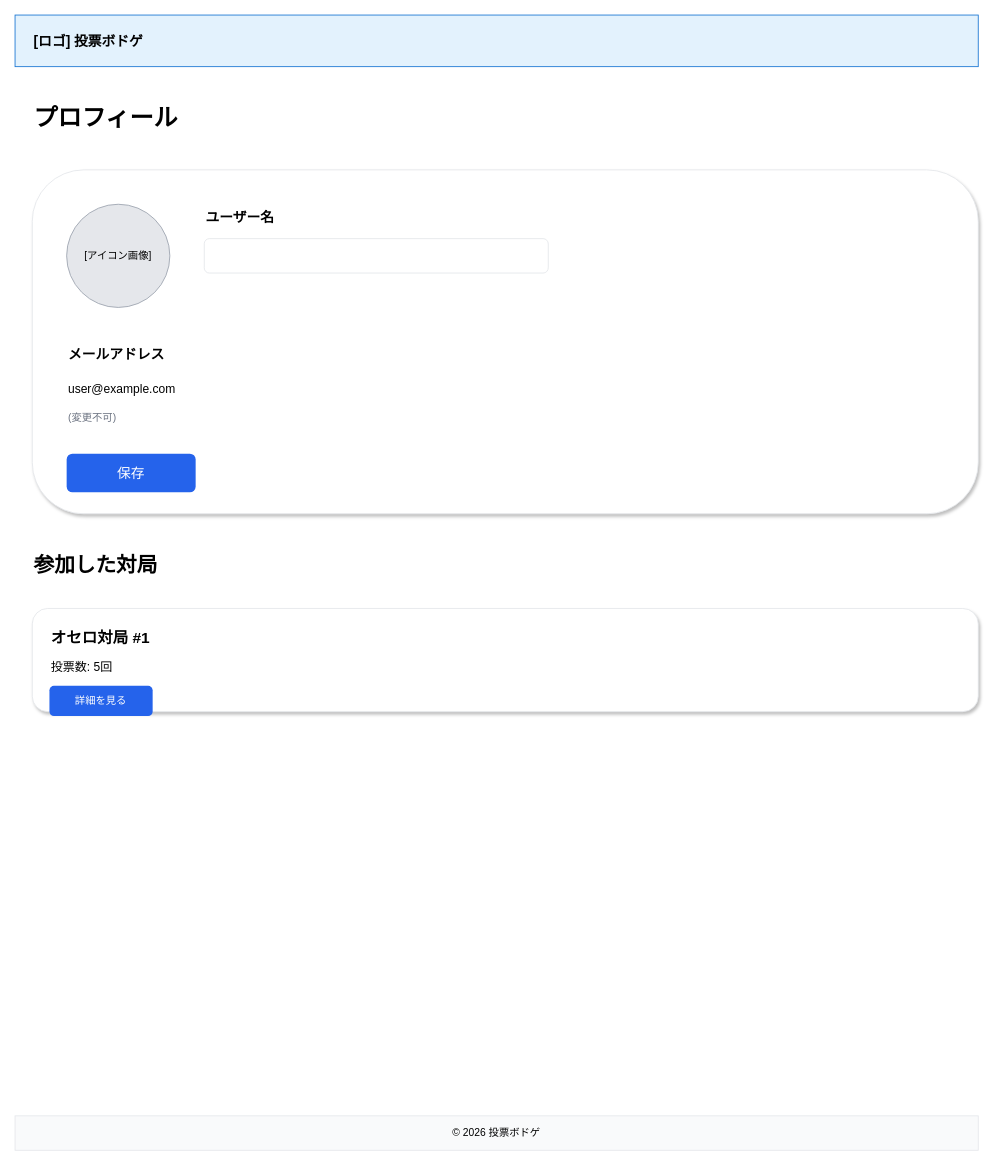
The draw.io diagram docs/wireframes/05-profile.drawio in satoshi256kbyte/vote-board-game, before the edit. Source tidied: cells renumbered, new cells numbered last; positions are measured from the earlier drawing's top-left corner, leaving out a move shared by most shapes. Both pictures are drawn from the tidied source at 86%, with x=0, y=0 at pixel (15, 15).
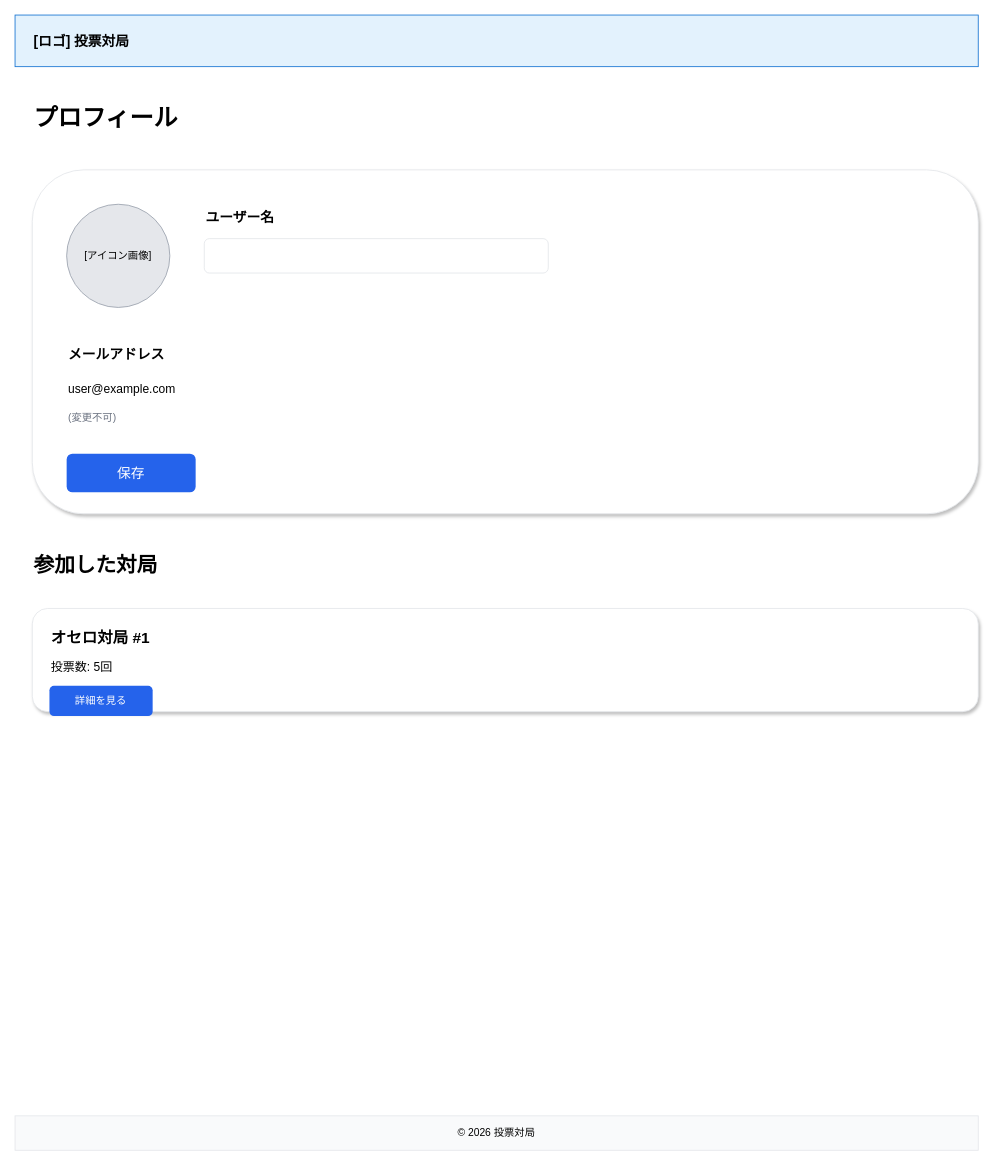
The same page after the edit.

Change to the diagram source:
```diff
@@
 <mxGraphModel>
   <root>
     <mxCell id="0" />
     <mxCell id="1" parent="0" />
     <mxCell id="2" style="rounded=0;whiteSpace=wrap;html=1;fillColor=#e3f2fd;strokeColor=#1976d2;" parent="1" vertex="1">
       <mxGeometry width="1120" height="60" as="geometry" />
     </mxCell>
-    <mxCell id="3" value="[ロゴ] 投票ボドゲ" style="text;html=1;strokeColor=none;fillColor=none;align=left;verticalAlign=middle;whiteSpace=wrap;rounded=0;fontSize=16;fontStyle=1;" parent="1" vertex="1">
+    <mxCell id="3" value="[ロゴ] 投票対局" style="text;html=1;strokeColor=none;fillColor=none;align=left;verticalAlign=middle;whiteSpace=wrap;rounded=0;fontSize=16;fontStyle=1;" parent="1" vertex="1">
       <mxGeometry x="20" y="15" width="200" height="30" as="geometry" />
     </mxCell>
     <mxCell id="4" value="プロフィール" style="text;html=1;strokeColor=none;fillColor=none;align=left;verticalAlign=middle;whiteSpace=wrap;rounded=0;fontSize=28;fontStyle=1;" parent="1" vertex="1">
       <mxGeometry x="20" y="100" width="400" height="40" as="geometry" />
     </mxCell>
     <mxCell id="5" style="rounded=1;whiteSpace=wrap;html=1;fillColor=#ffffff;strokeColor=#e5e7eb;shadow=1;align=left;verticalAlign=top;" parent="1" vertex="1">
       <mxGeometry x="20" y="180" width="1100" height="400" as="geometry" />
     </mxCell>
     <mxCell id="6" value="[アイコン画像]" style="ellipse;whiteSpace=wrap;html=1;fillColor=#e5e7eb;strokeColor=#9ca3af;" parent="1" vertex="1">
       <mxGeometry x="60" y="220" width="120" height="120" as="geometry" />
     </mxCell>
     <mxCell id="7" value="ユーザー名" style="text;html=1;strokeColor=none;fillColor=none;align=left;verticalAlign=middle;whiteSpace=wrap;rounded=0;fontSize=16;fontStyle=1;" parent="1" vertex="1">
       <mxGeometry x="220" y="220" width="860" height="30" as="geometry" />
     </mxCell>
     <mxCell id="8" style="rounded=1;whiteSpace=wrap;html=1;fillColor=#ffffff;strokeColor=#e5e7eb;" parent="1" vertex="1">
       <mxGeometry x="220" y="260" width="400" height="40" as="geometry" />
     </mxCell>
     <mxCell id="9" value="メールアドレス" style="text;html=1;strokeColor=none;fillColor=none;align=left;verticalAlign=middle;whiteSpace=wrap;rounded=0;fontSize=16;fontStyle=1;" parent="1" vertex="1">
       <mxGeometry x="60" y="380" width="1020" height="30" as="geometry" />
     </mxCell>
     <mxCell id="10" value="user@example.com" style="text;html=1;strokeColor=none;fillColor=none;align=left;verticalAlign=middle;whiteSpace=wrap;rounded=0;fontSize=14;" parent="1" vertex="1">
       <mxGeometry x="60" y="420" width="400" height="30" as="geometry" />
     </mxCell>
     <mxCell id="11" value="(変更不可)" style="text;html=1;strokeColor=none;fillColor=none;align=left;verticalAlign=middle;whiteSpace=wrap;rounded=0;fontSize=12;fontColor=#6b7280;" parent="1" vertex="1">
       <mxGeometry x="60" y="455" width="400" height="25" as="geometry" />
     </mxCell>
     <mxCell id="12" value="保存" style="rounded=1;whiteSpace=wrap;html=1;fillColor=#2563eb;strokeColor=none;fontColor=#ffffff;fontSize=16;" parent="1" vertex="1">
       <mxGeometry x="60" y="510" width="150" height="45" as="geometry" />
     </mxCell>
     <mxCell id="13" value="参加した対局" style="text;html=1;strokeColor=none;fillColor=none;align=left;verticalAlign=middle;whiteSpace=wrap;rounded=0;fontSize=24;fontStyle=1;" parent="1" vertex="1">
       <mxGeometry x="20" y="620" width="400" height="40" as="geometry" />
     </mxCell>
     <mxCell id="14" style="rounded=1;whiteSpace=wrap;html=1;fillColor=#ffffff;strokeColor=#e5e7eb;shadow=1;align=left;verticalAlign=top;" parent="1" vertex="1">
       <mxGeometry x="20" y="690" width="1100" height="120" as="geometry" />
     </mxCell>
     <mxCell id="15" value="オセロ対局 #1" style="text;html=1;strokeColor=none;fillColor=none;align=left;verticalAlign=middle;whiteSpace=wrap;rounded=0;fontSize=18;fontStyle=1;" parent="1" vertex="1">
       <mxGeometry x="40" y="710" width="1060" height="30" as="geometry" />
     </mxCell>
     <mxCell id="16" value="投票数: 5回" style="text;html=1;strokeColor=none;fillColor=none;align=left;verticalAlign=middle;whiteSpace=wrap;rounded=0;fontSize=14;" parent="1" vertex="1">
       <mxGeometry x="40" y="745" width="1060" height="25" as="geometry" />
     </mxCell>
     <mxCell id="17" value="詳細を見る" style="rounded=1;whiteSpace=wrap;html=1;fillColor=#2563eb;strokeColor=none;fontColor=#ffffff;" parent="1" vertex="1">
       <mxGeometry x="40" y="780" width="120" height="35" as="geometry" />
     </mxCell>
-    <mxCell id="18" value="© 2026 投票ボドゲ" style="rounded=0;whiteSpace=wrap;html=1;fillColor=#f9fafb;strokeColor=#e5e7eb;align=center;" parent="1" vertex="1">
+    <mxCell id="18" value="© 2026 投票対局" style="rounded=0;whiteSpace=wrap;html=1;fillColor=#f9fafb;strokeColor=#e5e7eb;align=center;" parent="1" vertex="1">
       <mxGeometry y="1280" width="1120" height="40" as="geometry" />
     </mxCell>
   </root>
 </mxGraphModel>
```
